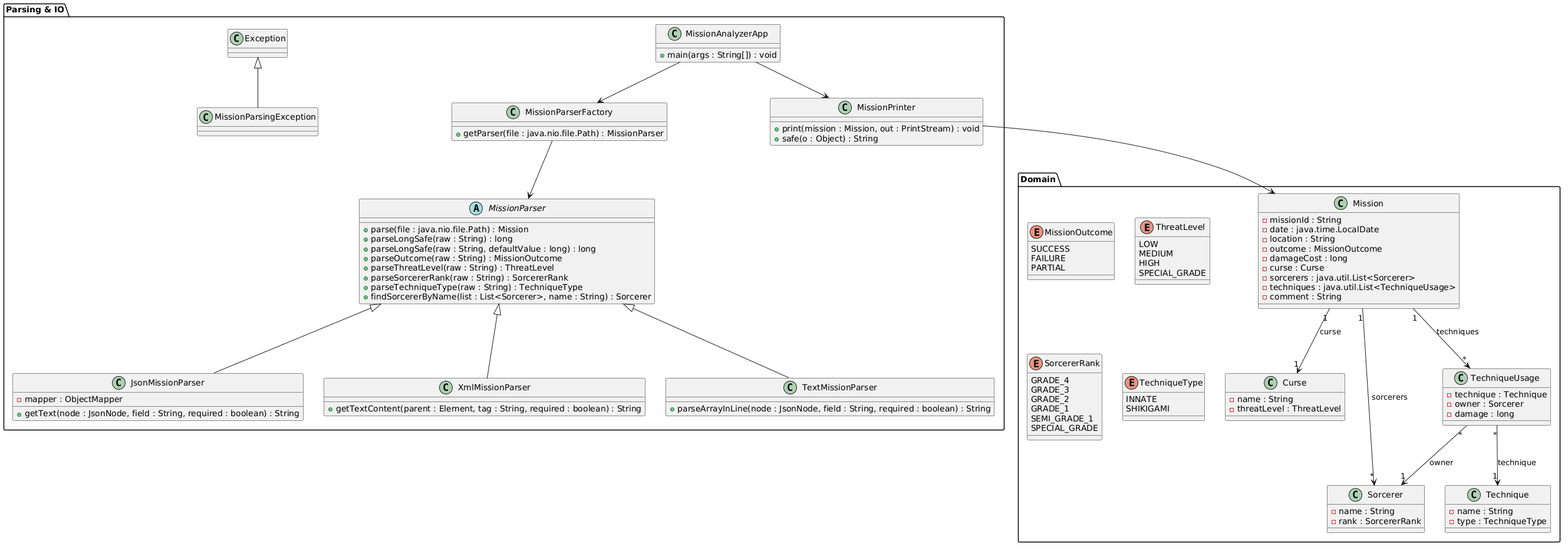
GeorgyNikolaev/MEPHI_Java_laba_1 keeps this PlantUML diagram as class_diagram.png. Above is the earlier version.
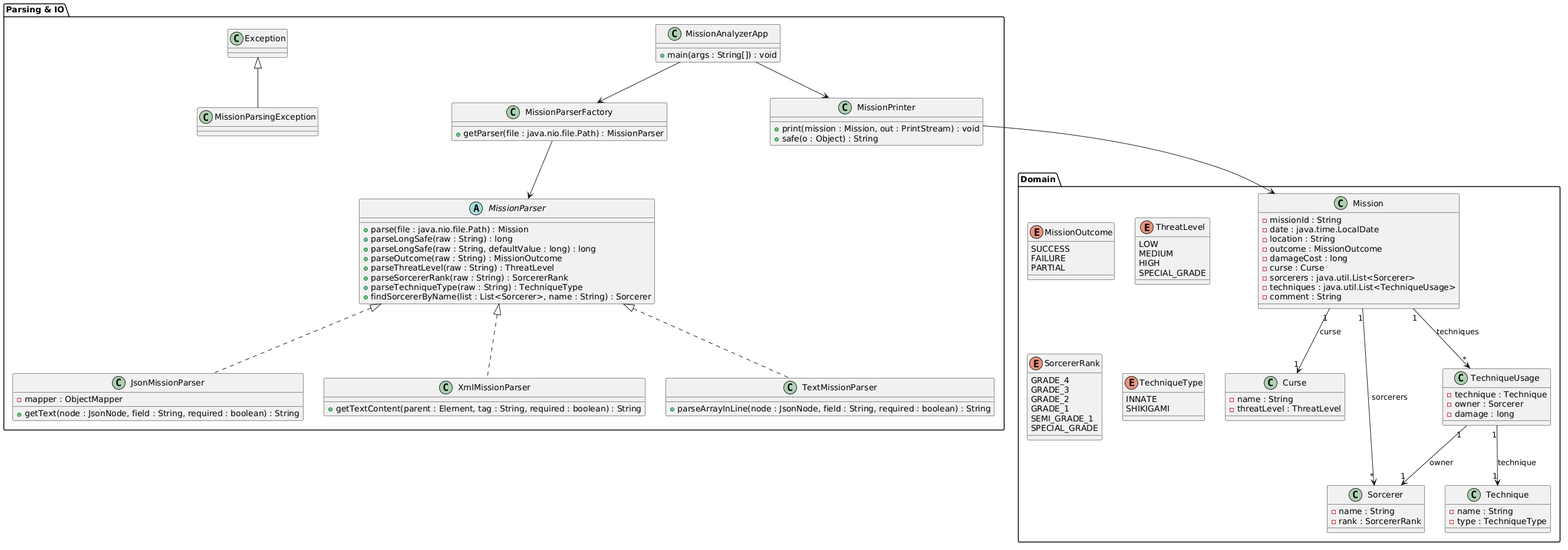
Later version of the same file.

Commit message:
Исправил диаграммы

What changed in the source:
```diff
@@ -65,8 +65,8 @@
   Mission "1" --> "*" Sorcerer : sorcerers
   Mission "1" --> "*" TechniqueUsage : techniques
 
-  TechniqueUsage "*" --> "1" Technique : technique
-  TechniqueUsage "*" --> "1" Sorcerer : owner
+  TechniqueUsage "1" --> "1" Technique : technique
+  TechniqueUsage "1" --> "1" Sorcerer : owner
 
 }
 
@@ -83,15 +83,15 @@
     + findSorcererByName(list : List<Sorcerer>, name : String) : Sorcerer
   }
 
-  class JsonMissionParser extends MissionParser {
+  class JsonMissionParser {
     - mapper : ObjectMapper
 
     + getText(node : JsonNode, field : String, required : boolean) : String
   }
-  class XmlMissionParser extends MissionParser {
+  class XmlMissionParser {
     + getTextContent(parent : Element, tag : String, required : boolean) : String
   }
-  class TextMissionParser extends MissionParser {
+  class TextMissionParser{
     + parseArrayInLine(node : JsonNode, field : String, required : boolean) : String
    }
 
@@ -110,6 +110,10 @@
     + main(args : String[]) : void
   }
 
+  MissionParser <|.. JsonMissionParser
+  MissionParser <|.. XmlMissionParser
+  MissionParser <|.. TextMissionParser
+
   MissionParserFactory --> MissionParser
   MissionPrinter --> Mission
   MissionAnalyzerApp --> MissionParserFactory
```
